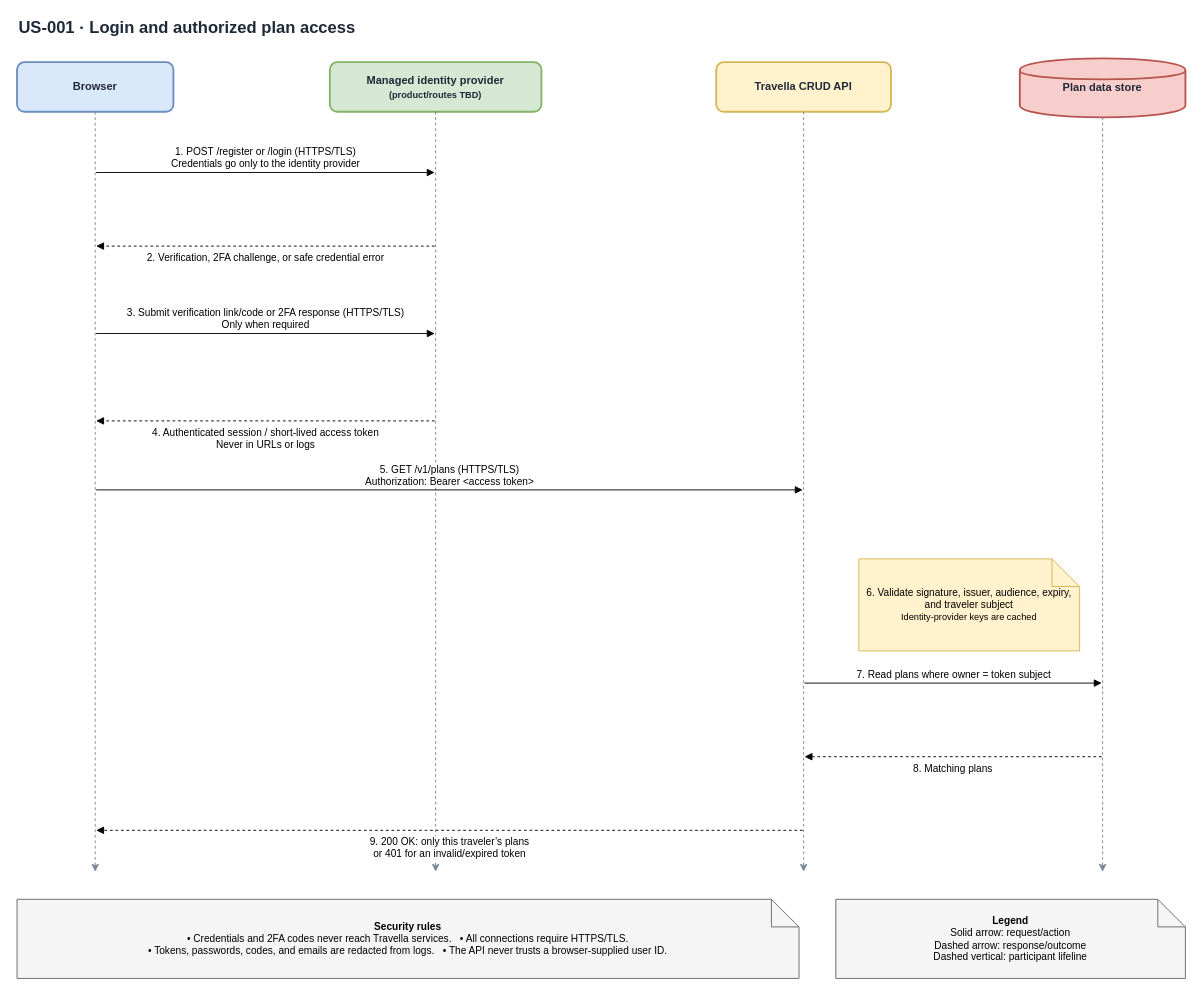
Before: docs/user-stories/login/login-api-sequence.drawio in Merthadam/travella, a draw.io diagram. Source tidied: cells renumbered, new cells numbered last; positions are measured from the earlier drawing's top-left corner, leaving out a move shared by most shapes. Both pictures are drawn from the tidied source at 92%, with x=0, y=0 at pixel (17, 16).
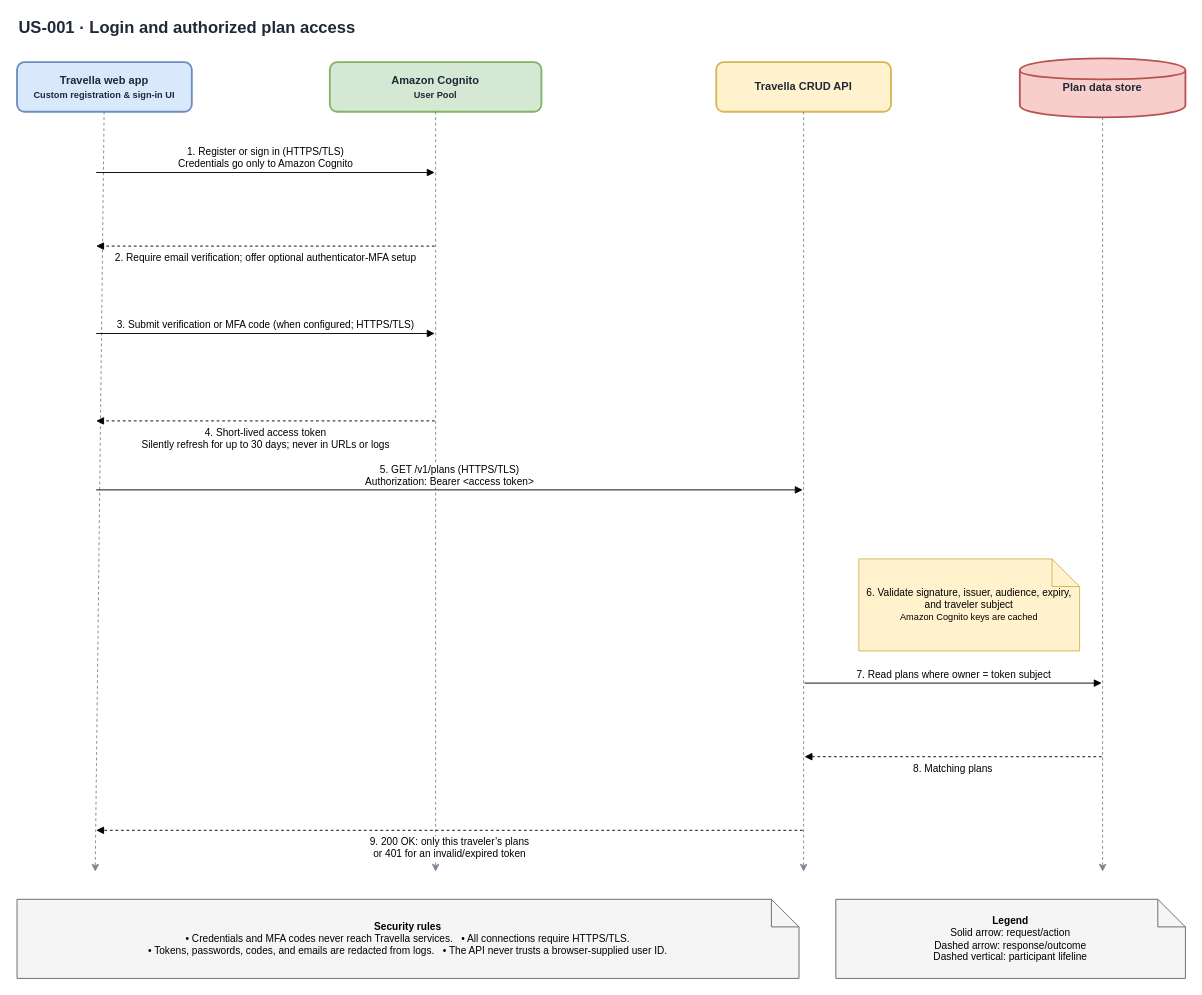
The same page after the edit.

Commit message (it also covers changes not shown here):
Document Cognito login design

Unchanged cells that the change refers to:
```xml
<mxCell id="11" style="fillOpacity=0;strokeOpacity=0;opacity=0;" parent="1" vertex="1">
  <mxGeometry x="84" y="169" width="2" height="2" as="geometry" />
</mxCell>
<mxCell id="12" style="fillOpacity=0;strokeOpacity=0;opacity=0;" parent="1" vertex="1">
  <mxGeometry x="454" y="169" width="2" height="2" as="geometry" />
</mxCell>
<mxCell id="13" style="fillOpacity=0;strokeOpacity=0;opacity=0;" parent="1" vertex="1">
  <mxGeometry x="454" y="249" width="2" height="2" as="geometry" />
</mxCell>
<mxCell id="14" style="fillOpacity=0;strokeOpacity=0;opacity=0;" parent="1" vertex="1">
  <mxGeometry x="84" y="249" width="2" height="2" as="geometry" />
</mxCell>
<mxCell id="15" style="fillOpacity=0;strokeOpacity=0;opacity=0;" parent="1" vertex="1">
  <mxGeometry x="84" y="344" width="2" height="2" as="geometry" />
</mxCell>
<mxCell id="16" style="fillOpacity=0;strokeOpacity=0;opacity=0;" parent="1" vertex="1">
  <mxGeometry x="454" y="344" width="2" height="2" as="geometry" />
</mxCell>
<mxCell id="17" style="fillOpacity=0;strokeOpacity=0;opacity=0;" parent="1" vertex="1">
  <mxGeometry x="454" y="439" width="2" height="2" as="geometry" />
</mxCell>
<mxCell id="18" style="fillOpacity=0;strokeOpacity=0;opacity=0;" parent="1" vertex="1">
  <mxGeometry x="84" y="439" width="2" height="2" as="geometry" />
</mxCell>
```

The edit, as a diff of the source:
```diff
@@
-    <mxCell id="3" value="Browser" style="rounded=1;whiteSpace=wrap;html=1;fillColor=#dae8fc;strokeColor=#6c8ebf;strokeWidth=2;fontStyle=1;fontColor=#1f2937;" parent="1" vertex="1">
-      <mxGeometry y="50" width="170" height="54" as="geometry" />
+    <mxCell id="3" value="Travella web app&lt;br&gt;&lt;font style=&quot;font-size:10px&quot;&gt;Custom registration &amp;amp; sign-in UI&lt;/font&gt;" style="rounded=1;whiteSpace=wrap;html=1;fillColor=#dae8fc;strokeColor=#6c8ebf;strokeWidth=2;fontStyle=1;fontColor=#1f2937;" parent="1" vertex="1">
+      <mxGeometry y="50" width="190" height="54" as="geometry" />
     </mxCell>
-    <mxCell id="4" value="Managed identity provider&lt;br&gt;&lt;font style=&quot;font-size:10px&quot;&gt;(product/routes TBD)&lt;/font&gt;" style="rounded=1;whiteSpace=wrap;html=1;fillColor=#d5e8d4;strokeColor=#82b366;strokeWidth=2;fontStyle=1;fontColor=#1f2937;" parent="1" vertex="1">
+    <mxCell id="4" value="Amazon Cognito&lt;br&gt;&lt;font style=&quot;font-size:10px&quot;&gt;User Pool&lt;/font&gt;" style="rounded=1;whiteSpace=wrap;html=1;fillColor=#d5e8d4;strokeColor=#82b366;strokeWidth=2;fontStyle=1;fontColor=#1f2937;" parent="1" vertex="1">
       <mxGeometry x="340" y="50" width="230" height="54" as="geometry" />
     </mxCell>
@@
-    <mxCell id="27" value="1. POST /register or /login (HTTPS/TLS)&lt;br&gt;Credentials go only to the identity provider" style="endArrow=block;html=1;rounded=0;labelBackgroundColor=#ffffff;fontSize=11;align=center;verticalAlign=bottom;" parent="1" edge="1" source="11" target="12">
+    <mxCell id="27" value="1. Register or sign in (HTTPS/TLS)&lt;br&gt;Credentials go only to Amazon Cognito" style="endArrow=block;html=1;rounded=0;labelBackgroundColor=#ffffff;fontSize=11;align=center;verticalAlign=bottom;" parent="1" edge="1" source="11" target="12">
       <mxGeometry relative="1" as="geometry" />
     </mxCell>
-    <mxCell id="28" value="2. Verification, 2FA challenge, or safe credential error" style="endArrow=block;html=1;rounded=0;dashed=1;labelBackgroundColor=#ffffff;fontSize=11;align=center;verticalAlign=top;" parent="1" edge="1" source="13" target="14">
+    <mxCell id="28" value="2. Require email verification; offer optional authenticator-MFA setup" style="endArrow=block;html=1;rounded=0;dashed=1;labelBackgroundColor=#ffffff;fontSize=11;align=center;verticalAlign=top;" parent="1" edge="1" source="13" target="14">
       <mxGeometry relative="1" as="geometry" />
     </mxCell>
-    <mxCell id="29" value="3. Submit verification link/code or 2FA response (HTTPS/TLS)&lt;br&gt;Only when required" style="endArrow=block;html=1;rounded=0;labelBackgroundColor=#ffffff;fontSize=11;align=center;verticalAlign=bottom;" parent="1" edge="1" source="15" target="16">
+    <mxCell id="29" value="3. Submit verification or MFA code (when configured; HTTPS/TLS)" style="endArrow=block;html=1;rounded=0;labelBackgroundColor=#ffffff;fontSize=11;align=center;verticalAlign=bottom;" parent="1" edge="1" source="15" target="16">
       <mxGeometry relative="1" as="geometry" />
     </mxCell>
-    <mxCell id="30" value="4. Authenticated session / short-lived access token&lt;br&gt;Never in URLs or logs" style="endArrow=block;html=1;rounded=0;dashed=1;labelBackgroundColor=#ffffff;fontSize=11;align=center;verticalAlign=top;" parent="1" edge="1" source="17" target="18">
+    <mxCell id="30" value="4. Short-lived access token&lt;br&gt;Silently refresh for up to 30 days; never in URLs or logs" style="endArrow=block;html=1;rounded=0;dashed=1;labelBackgroundColor=#ffffff;fontSize=11;align=center;verticalAlign=top;" parent="1" edge="1" source="17" target="18">
       <mxGeometry relative="1" as="geometry" />
     </mxCell>
@@
-    <mxCell id="32" value="6. Validate signature, issuer, audience, expiry, and traveler subject&lt;br&gt;&lt;font style=&quot;font-size:10px&quot;&gt;Identity-provider keys are cached&lt;/font&gt;" style="shape=note;whiteSpace=wrap;html=1;fillColor=#fff2cc;strokeColor=#d6b656;fontSize=11;spacing=8;" parent="1" vertex="1">
+    <mxCell id="32" value="6. Validate signature, issuer, audience, expiry, and traveler subject&lt;br&gt;&lt;font style=&quot;font-size:10px&quot;&gt;Amazon Cognito keys are cached&lt;/font&gt;" style="shape=note;whiteSpace=wrap;html=1;fillColor=#fff2cc;strokeColor=#d6b656;fontSize=11;spacing=8;" parent="1" vertex="1">
       <mxGeometry x="915" y="590" width="240" height="100" as="geometry" />
     </mxCell>
@@
-    <mxCell id="36" value="&lt;b&gt;Security rules&lt;/b&gt;&lt;br&gt;• Credentials and 2FA codes never reach Travella services. &amp;nbsp; • All connections require HTTPS/TLS.&lt;br&gt;• Tokens, passwords, codes, and emails are redacted from logs. &amp;nbsp; • The API never trusts a browser-supplied user ID." style="shape=note;whiteSpace=wrap;html=1;fillColor=#f5f5f5;strokeColor=#666666;fontSize=11;spacing=8;" parent="1" vertex="1">
+    <mxCell id="36" value="&lt;b&gt;Security rules&lt;/b&gt;&lt;br&gt;• Credentials and MFA codes never reach Travella services. &amp;nbsp; • All connections require HTTPS/TLS.&lt;br&gt;• Tokens, passwords, codes, and emails are redacted from logs. &amp;nbsp; • The API never trusts a browser-supplied user ID." style="shape=note;whiteSpace=wrap;html=1;fillColor=#f5f5f5;strokeColor=#666666;fontSize=11;spacing=8;" parent="1" vertex="1">
       <mxGeometry y="960" width="850" height="86" as="geometry" />
     </mxCell>
```
